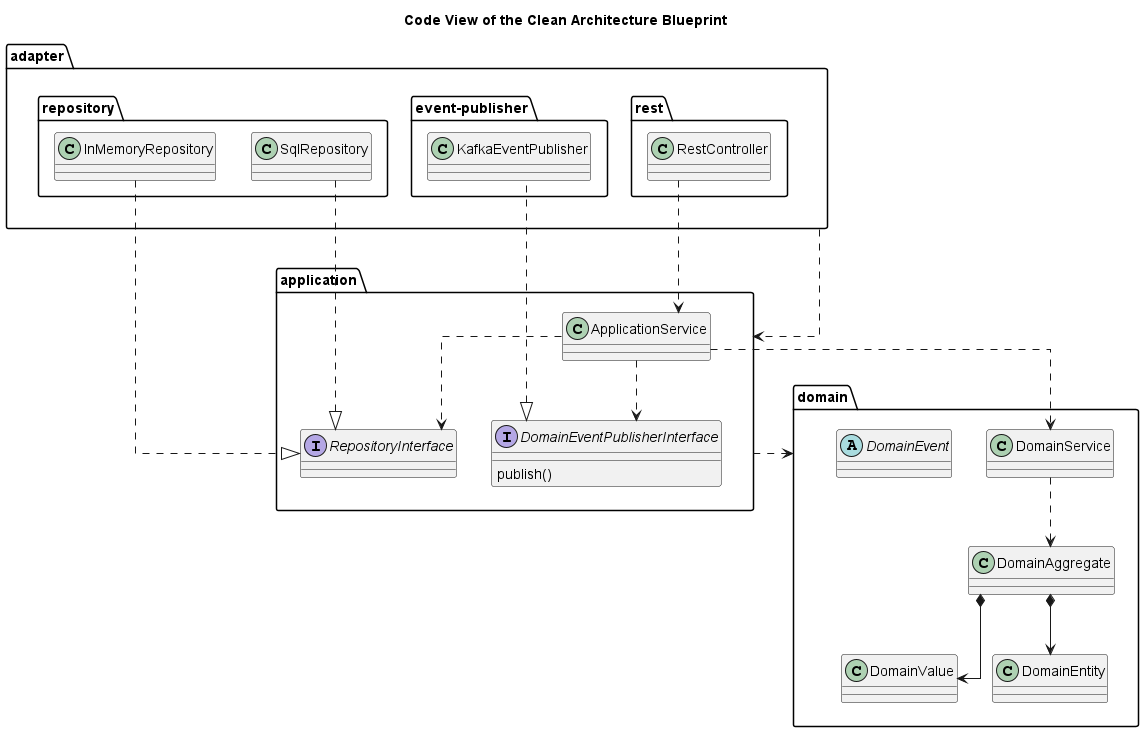
lsolbach/overarch-models keeps this PlantUML diagram as docs/software-development/architecture/blueprint/clean-architecture/code-view.png. Above is the earlier version. The source it was exported from:
```plantuml
@startuml code-view



skinparam linetype ortho


title Code View of the Clean Architecture Blueprint

package "adapter" as softwareDevelopment_architecture_blueprint_cleanArchitecture_adapter {
  package "rest" as softwareDevelopment_architecture_blueprint_cleanArchitecture_adapter_rest {
    class "RestController" as softwareDevelopment_architecture_blueprint_cleanArchitecture_adapter_rest_restController {}
  }
  package "repository" as softwareDevelopment_architecture_blueprint_cleanArchitecture_adapter_repository {
    class "SqlRepository" as softwareDevelopment_architecture_blueprint_cleanArchitecture_adapter_repository_sqlRepository {}
    class "InMemoryRepository" as softwareDevelopment_architecture_blueprint_cleanArchitecture_adapter_repository_inMemoryRepository {}
  }
  package "event-publisher" as softwareDevelopment_architecture_blueprint_cleanArchitecture_adapter_eventPublisher {
    class "KafkaEventPublisher" as softwareDevelopment_architecture_blueprint_cleanArchitecture_adapter_eventPublisher_kafkaEventPublisher {}
  }
}
package "domain" as softwareDevelopment_architecture_blueprint_cleanArchitecture_domain {
  class "DomainAggregate" as softwareDevelopment_architecture_blueprint_cleanArchitecture_domain_domainAggregate {}
  class "DomainValue" as softwareDevelopment_architecture_blueprint_cleanArchitecture_domain_domainValue {}
  class "DomainService" as softwareDevelopment_architecture_blueprint_cleanArchitecture_domain_domainService {}
  class "DomainEntity" as softwareDevelopment_architecture_blueprint_cleanArchitecture_domain_domainEntity {}
  abstract class "DomainEvent" as softwareDevelopment_architecture_blueprint_cleanArchitecture_domain_domainEvent {}
}
package "application" as softwareDevelopment_architecture_blueprint_cleanArchitecture_application {
  interface "RepositoryInterface" as softwareDevelopment_architecture_blueprint_cleanArchitecture_application_repositoryInterface {
  }
  interface "DomainEventPublisherInterface" as softwareDevelopment_architecture_blueprint_cleanArchitecture_application_domainEventPublisherInterface {
    publish()
  }
  class "ApplicationService" as softwareDevelopment_architecture_blueprint_cleanArchitecture_application_applicationService {}
}
softwareDevelopment_architecture_blueprint_cleanArchitecture_domain_domainAggregate *--> softwareDevelopment_architecture_blueprint_cleanArchitecture_domain_domainValue
softwareDevelopment_architecture_blueprint_cleanArchitecture_application_repositoryInterface <|.up. softwareDevelopment_architecture_blueprint_cleanArchitecture_adapter_repository_sqlRepository
softwareDevelopment_architecture_blueprint_cleanArchitecture_application_domainEventPublisherInterface <|.. softwareDevelopment_architecture_blueprint_cleanArchitecture_adapter_eventPublisher_kafkaEventPublisher
softwareDevelopment_architecture_blueprint_cleanArchitecture_application_repositoryInterface <|.up. softwareDevelopment_architecture_blueprint_cleanArchitecture_adapter_repository_inMemoryRepository
softwareDevelopment_architecture_blueprint_cleanArchitecture_application_applicationService ..> softwareDevelopment_architecture_blueprint_cleanArchitecture_application_domainEventPublisherInterface
softwareDevelopment_architecture_blueprint_cleanArchitecture_domain_domainAggregate *--> softwareDevelopment_architecture_blueprint_cleanArchitecture_domain_domainEntity
softwareDevelopment_architecture_blueprint_cleanArchitecture_application_applicationService ..> softwareDevelopment_architecture_blueprint_cleanArchitecture_domain_domainService
softwareDevelopment_architecture_blueprint_cleanArchitecture_adapter .down.> softwareDevelopment_architecture_blueprint_cleanArchitecture_application
softwareDevelopment_architecture_blueprint_cleanArchitecture_adapter_rest_restController ..> softwareDevelopment_architecture_blueprint_cleanArchitecture_application_applicationService
softwareDevelopment_architecture_blueprint_cleanArchitecture_domain_domainService ..> softwareDevelopment_architecture_blueprint_cleanArchitecture_domain_domainAggregate
softwareDevelopment_architecture_blueprint_cleanArchitecture_application ..> softwareDevelopment_architecture_blueprint_cleanArchitecture_domain
softwareDevelopment_architecture_blueprint_cleanArchitecture_application_applicationService ..> softwareDevelopment_architecture_blueprint_cleanArchitecture_application_repositoryInterface
@enduml
```
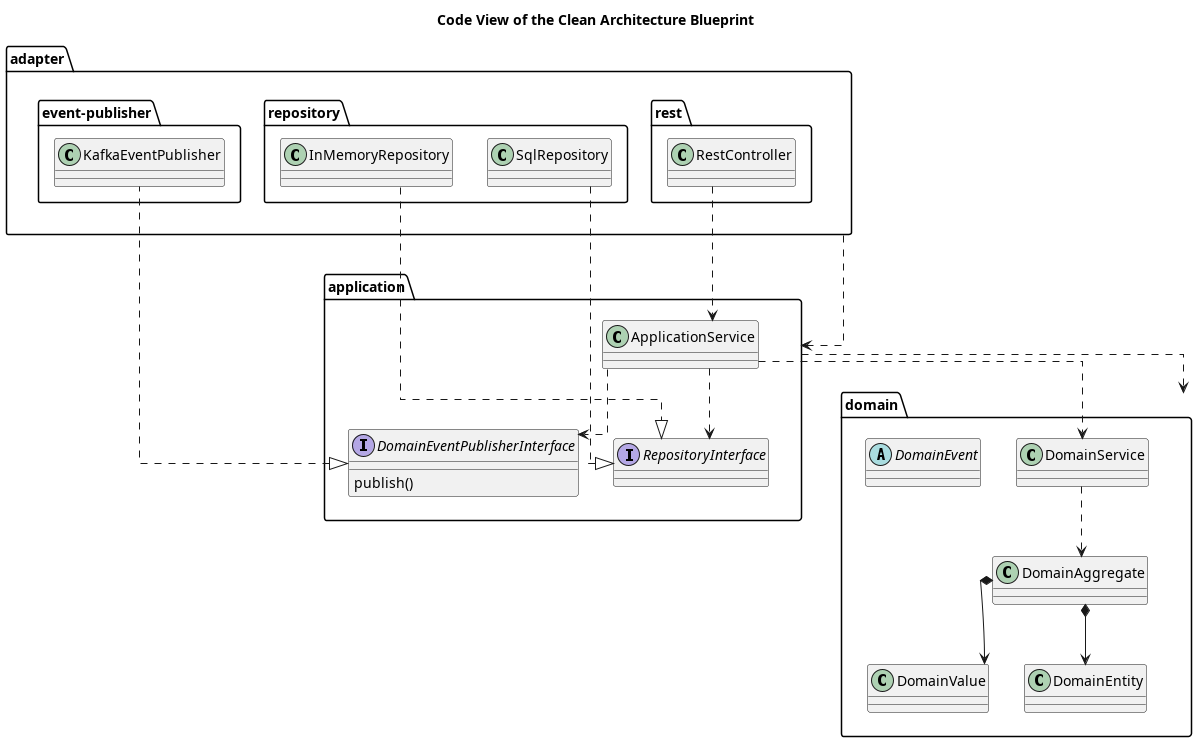
The same diagram one commit later.

The edit, as a diff of the source:
```diff
@@ -7,6 +7,14 @@
 
 title Code View of the Clean Architecture Blueprint
 
+package "application" as softwareDevelopment_architecture_blueprint_cleanArchitecture_application {
+  interface "RepositoryInterface" as softwareDevelopment_architecture_blueprint_cleanArchitecture_application_repositoryInterface {
+  }
+  interface "DomainEventPublisherInterface" as softwareDevelopment_architecture_blueprint_cleanArchitecture_application_domainEventPublisherInterface {
+    publish()
+  }
+  class "ApplicationService" as softwareDevelopment_architecture_blueprint_cleanArchitecture_application_applicationService {}
+}
 package "adapter" as softwareDevelopment_architecture_blueprint_cleanArchitecture_adapter {
   package "rest" as softwareDevelopment_architecture_blueprint_cleanArchitecture_adapter_rest {
     class "RestController" as softwareDevelopment_architecture_blueprint_cleanArchitecture_adapter_rest_restController {}
@@ -26,14 +34,6 @@
   class "DomainEntity" as softwareDevelopment_architecture_blueprint_cleanArchitecture_domain_domainEntity {}
   abstract class "DomainEvent" as softwareDevelopment_architecture_blueprint_cleanArchitecture_domain_domainEvent {}
 }
-package "application" as softwareDevelopment_architecture_blueprint_cleanArchitecture_application {
-  interface "RepositoryInterface" as softwareDevelopment_architecture_blueprint_cleanArchitecture_application_repositoryInterface {
-  }
-  interface "DomainEventPublisherInterface" as softwareDevelopment_architecture_blueprint_cleanArchitecture_application_domainEventPublisherInterface {
-    publish()
-  }
-  class "ApplicationService" as softwareDevelopment_architecture_blueprint_cleanArchitecture_application_applicationService {}
-}
 softwareDevelopment_architecture_blueprint_cleanArchitecture_domain_domainAggregate *--> softwareDevelopment_architecture_blueprint_cleanArchitecture_domain_domainValue
 softwareDevelopment_architecture_blueprint_cleanArchitecture_application_repositoryInterface <|.up. softwareDevelopment_architecture_blueprint_cleanArchitecture_adapter_repository_sqlRepository
 softwareDevelopment_architecture_blueprint_cleanArchitecture_application_domainEventPublisherInterface <|.. softwareDevelopment_architecture_blueprint_cleanArchitecture_adapter_eventPublisher_kafkaEventPublisher
```
